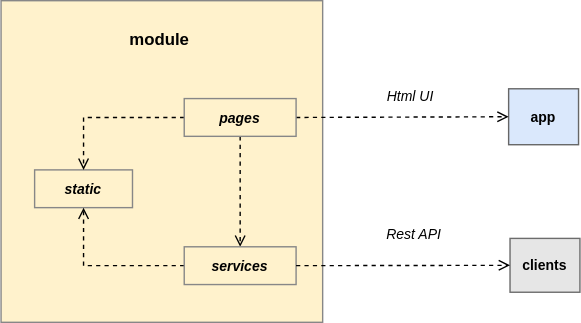
Above: docs/diagrams/pigal_module_structure.drawio.svg in MalcomChumchouaPenda/Pigal-Flask (draw.io), before the change. Source tidied: cells renumbered, new cells last; positions are measured from the earlier drawing's top-left corner, leaving out a move shared by most shapes.
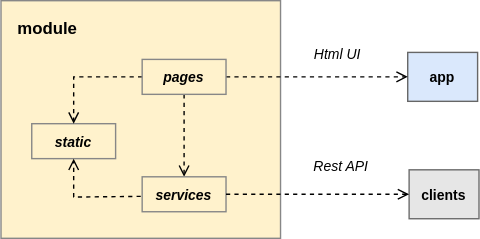
The same file after the commit.

What changed in the source:
```diff
@@ -3,19 +3,19 @@
     <mxCell id="0" />
     <mxCell id="1" parent="0" />
     <mxCell id="2" style="rounded=0;whiteSpace=wrap;html=1;fillColor=#FFF2CC;strokeColor=#878787;fontSize=12;" parent="1" vertex="1">
-      <mxGeometry width="230" height="230" as="geometry" />
+      <mxGeometry x="30" y="30" width="200" height="170" as="geometry" />
     </mxCell>
     <mxCell id="3" value="module" style="text;html=1;strokeColor=none;fillColor=none;align=center;verticalAlign=middle;whiteSpace=wrap;rounded=0;fontStyle=1;fontSize=12;" parent="1" vertex="1">
-      <mxGeometry x="82.5" y="13" width="61" height="30" as="geometry" />
+      <mxGeometry x="32.5" y="35" width="61" height="30" as="geometry" />
     </mxCell>
     <mxCell id="4" value="static" style="rounded=0;whiteSpace=wrap;html=1;fillColor=none;fontStyle=3;fontSize=10;strokeColor=#878787;strokeWidth=1;flipV=1;" parent="1" vertex="1">
-      <mxGeometry x="24" y="121" width="70" height="27" as="geometry" />
+      <mxGeometry x="52" y="118" width="60" height="25" as="geometry" />
     </mxCell>
     <mxCell id="5" value="app" style="rounded=0;whiteSpace=wrap;html=1;fillColor=#dae8fc;fontStyle=1;fontSize=10;strokeColor=#666666;strokeWidth=1;" parent="1" vertex="1">
-      <mxGeometry x="363" y="63" width="50" height="40" as="geometry" />
+      <mxGeometry x="321" y="67" width="50" height="35" as="geometry" />
     </mxCell>
     <mxCell id="6" value="clients" style="rounded=0;whiteSpace=wrap;html=1;fillColor=#E6E6E6;fontStyle=1;fontSize=10;strokeColor=#6C6C6C;strokeWidth=1;" parent="1" vertex="1">
-      <mxGeometry x="364" y="170" width="50" height="38.5" as="geometry" />
+      <mxGeometry x="322" y="151" width="50" height="35" as="geometry" />
     </mxCell>
     <mxCell id="7" style="edgeStyle=none;html=1;exitX=0.5;exitY=1;exitDx=0;exitDy=0;entryX=0.5;entryY=0;entryDx=0;entryDy=0;dashed=1;endArrow=open;endFill=0;" parent="1" edge="1" source="10" target="12">
       <mxGeometry relative="1" as="geometry" />
@@ -27,22 +27,24 @@
       <mxGeometry relative="1" as="geometry" />
     </mxCell>
     <mxCell id="10" value="pages" style="rounded=0;whiteSpace=wrap;html=1;fillColor=none;fontStyle=3;fontSize=10;strokeColor=#878787;strokeWidth=1;flipV=1;" parent="1" vertex="1">
-      <mxGeometry x="131" y="70" width="80" height="27" as="geometry" />
+      <mxGeometry x="131" y="72" width="60" height="25" as="geometry" />
     </mxCell>
-    <mxCell id="11" style="edgeStyle=orthogonalEdgeStyle;html=1;entryX=0.5;entryY=1;entryDx=0;entryDy=0;dashed=1;endArrow=open;endFill=0;rounded=0;curved=0;" parent="1" edge="1" source="12" target="4">
-      <mxGeometry relative="1" as="geometry" />
+    <mxCell id="11" style="edgeStyle=orthogonalEdgeStyle;html=1;dashed=1;endArrow=open;endFill=0;rounded=0;entryX=0.5;entryY=1;entryDx=0;entryDy=0;" parent="1" edge="1" target="4">
+      <mxGeometry relative="1" as="geometry">
+        <mxPoint x="130" y="170" as="sourcePoint" />
+      </mxGeometry>
     </mxCell>
     <mxCell id="12" value="services" style="rounded=0;whiteSpace=wrap;html=1;fillColor=none;fontStyle=3;fontSize=10;strokeColor=#878787;strokeWidth=1;flipV=1;" parent="1" vertex="1">
-      <mxGeometry x="131" y="176" width="80" height="27" as="geometry" />
+      <mxGeometry x="131" y="156" width="60" height="25" as="geometry" />
     </mxCell>
     <mxCell id="13" value="&lt;span style=&quot;font-weight: normal;&quot;&gt;Html UI&lt;/span&gt;" style="rounded=0;whiteSpace=wrap;html=1;fillColor=none;fontStyle=3;fontSize=10;strokeColor=none;strokeWidth=1;dashed=1;" parent="1" vertex="1">
-      <mxGeometry x="269" y="54" width="48" height="27" as="geometry" />
+      <mxGeometry x="247" y="54" width="48" height="27" as="geometry" />
     </mxCell>
     <mxCell id="14" style="edgeStyle=none;html=1;entryX=0;entryY=0.5;entryDx=0;entryDy=0;dashed=1;endArrow=open;endFill=0;rounded=0;curved=0;exitX=1;exitY=0.5;exitDx=0;exitDy=0;" parent="1" edge="1" source="12" target="6">
       <mxGeometry relative="1" as="geometry" />
     </mxCell>
     <mxCell id="15" value="&lt;span style=&quot;font-weight: 400;&quot;&gt;Rest API&lt;/span&gt;" style="rounded=0;whiteSpace=wrap;html=1;fillColor=none;fontStyle=3;fontSize=10;strokeColor=none;strokeWidth=1;dashed=1;" parent="1" vertex="1">
-      <mxGeometry x="269" y="153.5" width="53" height="27" as="geometry" />
+      <mxGeometry x="247" y="134.5" width="53" height="27" as="geometry" />
     </mxCell>
   </root>
 </mxGraphModel>
```
